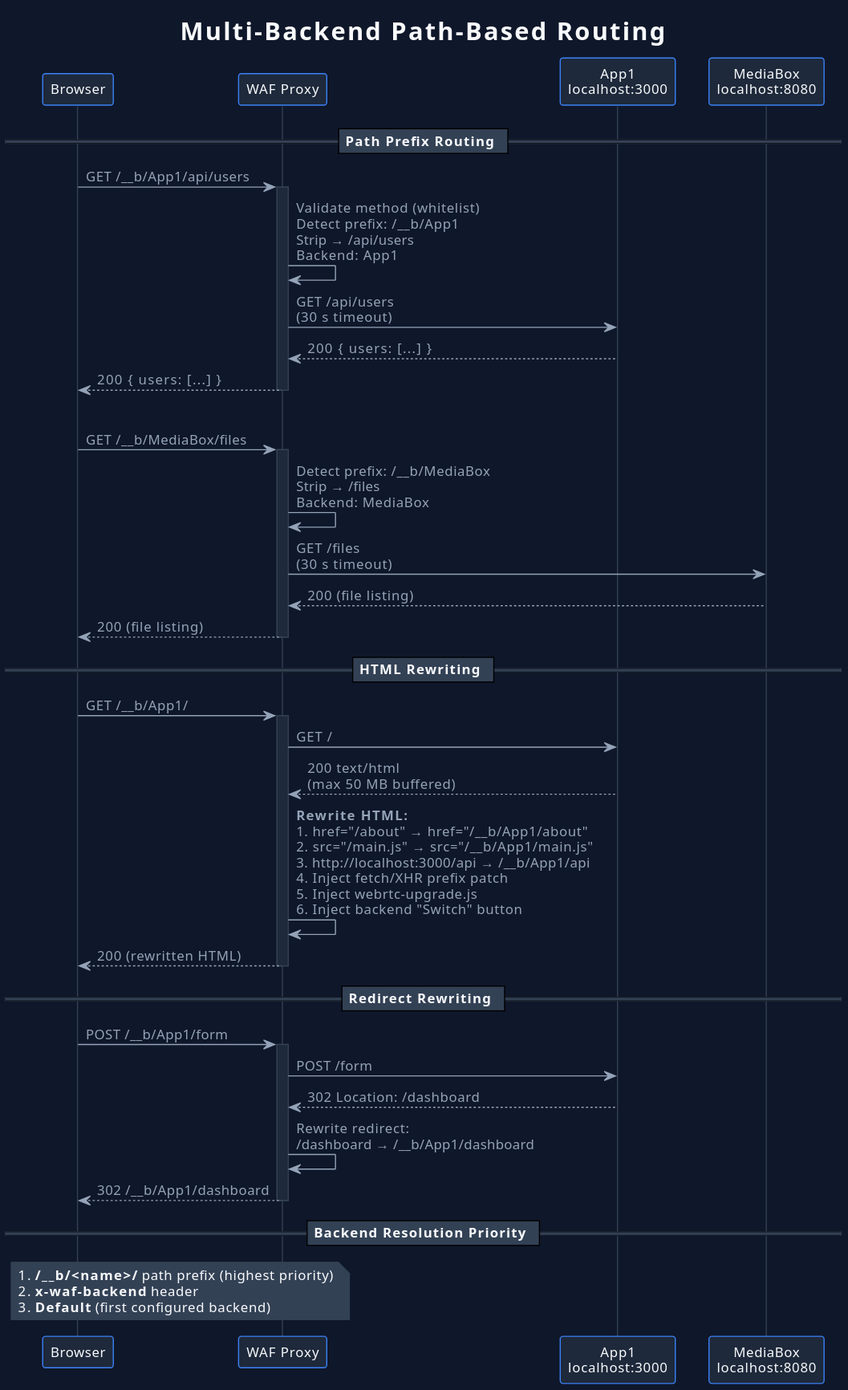
tide-foundation/keylessh-m2 keeps this PlantUML diagram as bridges/punchd-bridge/docs/diagrams/multi-backend-routing.svg. Above is the earlier version. Its diagram source:
```plantuml
@startuml
!theme plain
title Multi-Backend Path-Based Routing

skinparam {
  backgroundColor #0f172a
  defaultFontColor #f8fafc
  defaultFontName "Segoe UI"
  defaultFontSize 12
  SequenceLifeLineBorderColor #334155
  SequenceLifeLineBackgroundColor #1e293b
  ParticipantBackgroundColor #1e293b
  ParticipantBorderColor #3b82f6
  ParticipantFontColor #f8fafc
  ArrowColor #94a3b8
  ArrowFontColor #94a3b8
  NoteBackgroundColor #1e293b
  NoteBorderColor #334155
  NoteFontColor #f8fafc
  SequenceGroupBackgroundColor #1e293b
  SequenceGroupBorderColor #334155
  SequenceDividerBackgroundColor #334155
  SequenceDividerFontColor #f8fafc
}

participant "Browser" as browser #1e293b
participant "WAF Proxy" as waf #1e293b
participant "App1\nlocalhost:3000" as app1 #1e293b
participant "MediaBox\nlocalhost:8080" as app2 #1e293b

== Path Prefix Routing ==

browser -> waf : GET /__b/App1/api/users
activate waf
waf -> waf : Validate method (whitelist)\nDetect prefix: /__b/App1\nStrip → /api/users\nBackend: App1
waf -> app1 : GET /api/users\n(30 s timeout)
app1 --> waf : 200 { users: [...] }
waf --> browser : 200 { users: [...] }
deactivate waf

|||

browser -> waf : GET /__b/MediaBox/files
activate waf
waf -> waf : Detect prefix: /__b/MediaBox\nStrip → /files\nBackend: MediaBox
waf -> app2 : GET /files\n(30 s timeout)
app2 --> waf : 200 (file listing)
waf --> browser : 200 (file listing)
deactivate waf

== HTML Rewriting ==

browser -> waf : GET /__b/App1/
activate waf
waf -> app1 : GET /
app1 --> waf : 200 text/html\n(max 50 MB buffered)

waf -> waf : **Rewrite HTML:**\n1. href="/about" → href="/__b/App1/about"\n2. src="/main.js" → src="/__b/App1/main.js"\n3. http://localhost:3000/api → /__b/App1/api\n4. Inject fetch/XHR prefix patch\n5. Inject webrtc-upgrade.js\n6. Inject backend "Switch" button

waf --> browser : 200 (rewritten HTML)
deactivate waf

== Redirect Rewriting ==

browser -> waf : POST /__b/App1/form
activate waf
waf -> app1 : POST /form
app1 --> waf : 302 Location: /dashboard

waf -> waf : Rewrite redirect:\n/dashboard → /__b/App1/dashboard

waf --> browser : 302 /__b/App1/dashboard
deactivate waf

== Backend Resolution Priority ==

note over browser, waf #334155
  1. **/__b/<name>/** path prefix (highest priority)
  2. **x-waf-backend** header
  3. **Default** (first configured backend)
end note
@enduml
```
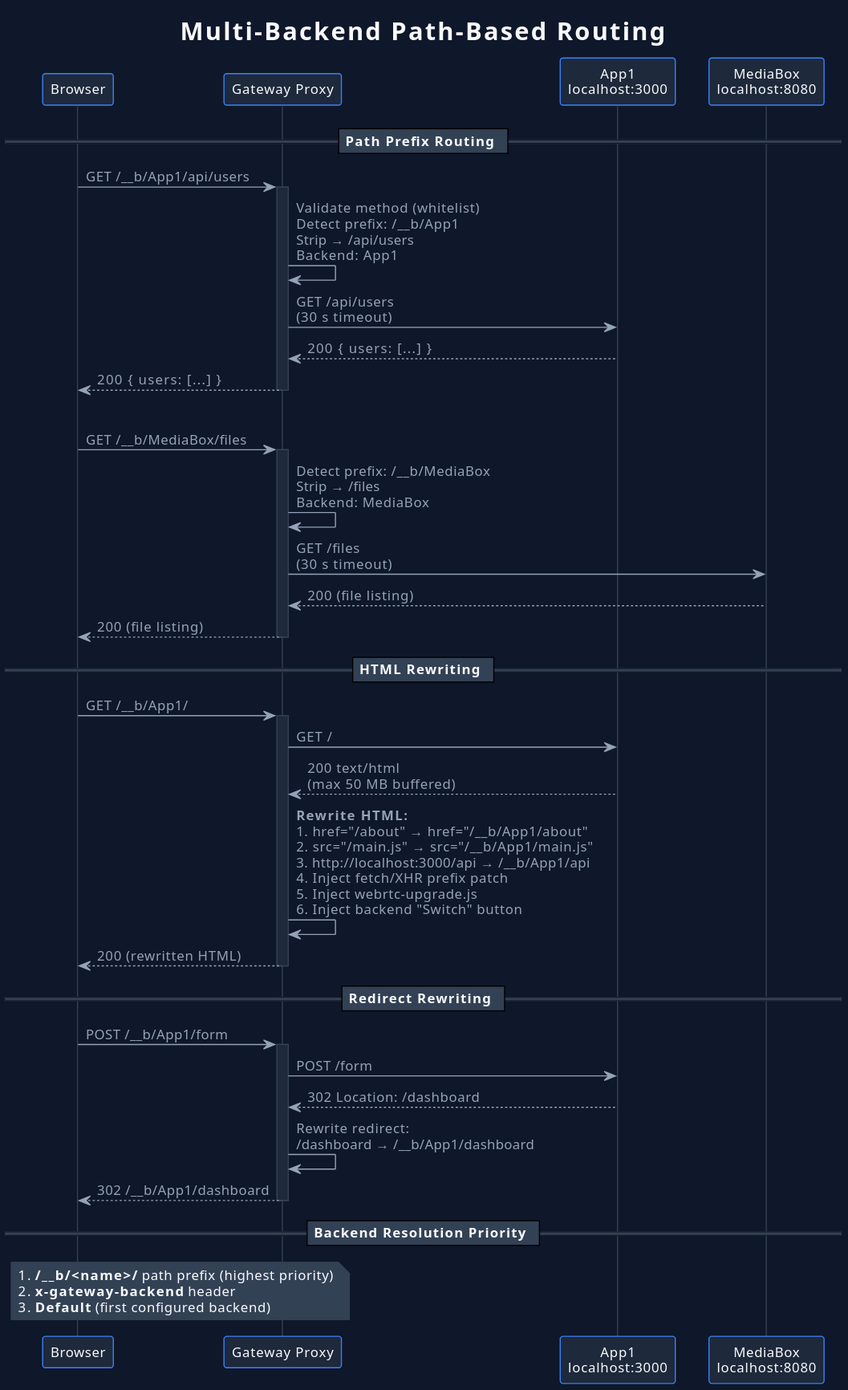
Later version of the same file.

The edit, as a diff of the source:
```diff
@@ -24,59 +24,59 @@
 }
 
 participant "Browser" as browser #1e293b
-participant "WAF Proxy" as waf #1e293b
+participant "Gateway Proxy" as gw #1e293b
 participant "App1\nlocalhost:3000" as app1 #1e293b
 participant "MediaBox\nlocalhost:8080" as app2 #1e293b
 
 == Path Prefix Routing ==
 
-browser -> waf : GET /__b/App1/api/users
-activate waf
-waf -> waf : Validate method (whitelist)\nDetect prefix: /__b/App1\nStrip → /api/users\nBackend: App1
-waf -> app1 : GET /api/users\n(30 s timeout)
-app1 --> waf : 200 { users: [...] }
-waf --> browser : 200 { users: [...] }
-deactivate waf
+browser -> gw : GET /__b/App1/api/users
+activate gw
+gw -> gw : Validate method (whitelist)\nDetect prefix: /__b/App1\nStrip → /api/users\nBackend: App1
+gw -> app1 : GET /api/users\n(30 s timeout)
+app1 --> gw : 200 { users: [...] }
+gw --> browser : 200 { users: [...] }
+deactivate gw
 
 |||
 
-browser -> waf : GET /__b/MediaBox/files
-activate waf
-waf -> waf : Detect prefix: /__b/MediaBox\nStrip → /files\nBackend: MediaBox
-waf -> app2 : GET /files\n(30 s timeout)
-app2 --> waf : 200 (file listing)
-waf --> browser : 200 (file listing)
-deactivate waf
+browser -> gw : GET /__b/MediaBox/files
+activate gw
+gw -> gw : Detect prefix: /__b/MediaBox\nStrip → /files\nBackend: MediaBox
+gw -> app2 : GET /files\n(30 s timeout)
+app2 --> gw : 200 (file listing)
+gw --> browser : 200 (file listing)
+deactivate gw
 
 == HTML Rewriting ==
 
-browser -> waf : GET /__b/App1/
-activate waf
-waf -> app1 : GET /
-app1 --> waf : 200 text/html\n(max 50 MB buffered)
+browser -> gw : GET /__b/App1/
+activate gw
+gw -> app1 : GET /
+app1 --> gw : 200 text/html\n(max 50 MB buffered)
 
-waf -> waf : **Rewrite HTML:**\n1. href="/about" → href="/__b/App1/about"\n2. src="/main.js" → src="/__b/App1/main.js"\n3. http://localhost:3000/api → /__b/App1/api\n4. Inject fetch/XHR prefix patch\n5. Inject webrtc-upgrade.js\n6. Inject backend "Switch" button
+gw -> gw : **Rewrite HTML:**\n1. href="/about" → href="/__b/App1/about"\n2. src="/main.js" → src="/__b/App1/main.js"\n3. http://localhost:3000/api → /__b/App1/api\n4. Inject fetch/XHR prefix patch\n5. Inject webrtc-upgrade.js\n6. Inject backend "Switch" button
 
-waf --> browser : 200 (rewritten HTML)
-deactivate waf
+gw --> browser : 200 (rewritten HTML)
+deactivate gw
 
 == Redirect Rewriting ==
 
-browser -> waf : POST /__b/App1/form
-activate waf
-waf -> app1 : POST /form
-app1 --> waf : 302 Location: /dashboard
+browser -> gw : POST /__b/App1/form
+activate gw
+gw -> app1 : POST /form
+app1 --> gw : 302 Location: /dashboard
 
-waf -> waf : Rewrite redirect:\n/dashboard → /__b/App1/dashboard
+gw -> gw : Rewrite redirect:\n/dashboard → /__b/App1/dashboard
 
-waf --> browser : 302 /__b/App1/dashboard
-deactivate waf
+gw --> browser : 302 /__b/App1/dashboard
+deactivate gw
 
 == Backend Resolution Priority ==
 
-note over browser, waf #334155
+note over browser, gw #334155
   1. **/__b/<name>/** path prefix (highest priority)
-  2. **x-waf-backend** header
+  2. **x-gateway-backend** header
   3. **Default** (first configured backend)
 end note
 @enduml
```
